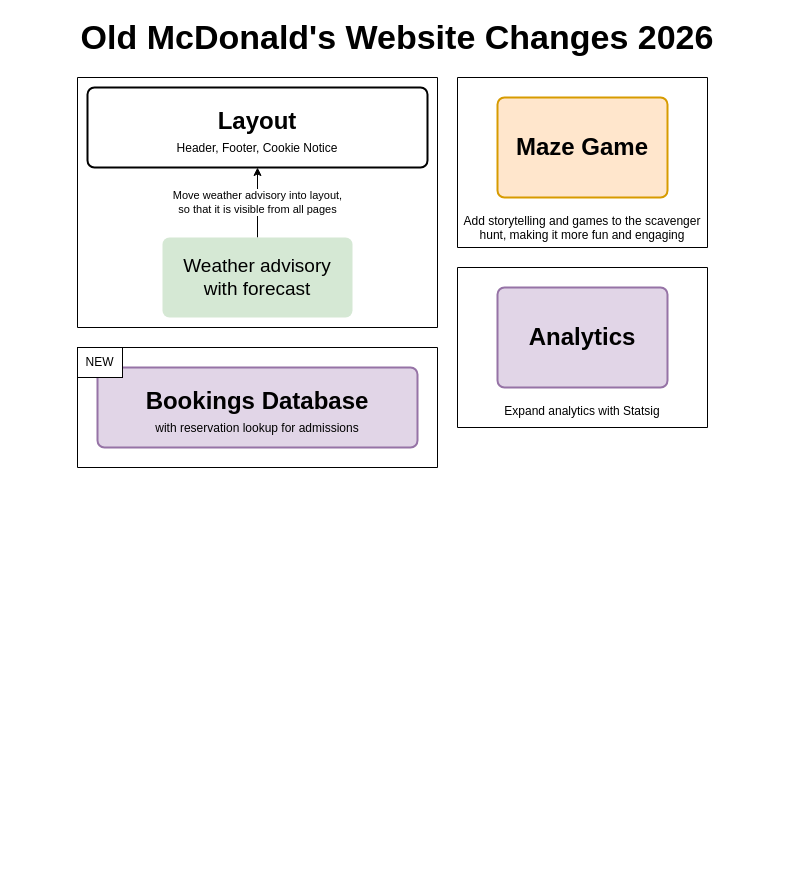
macglencoe/diagrams keeps this draw.io diagram as page "Page-2" (2 of 2) of OMPP-web-features.drawio. Above is the earlier version. Source tidied: cells renumbered, new cells numbered last; positions are measured from the earlier drawing's top-left corner, leaving out a move shared by most shapes. Both pictures are drawn from the tidied source at 100%, with x=0, y=0 at pixel (17, 17).
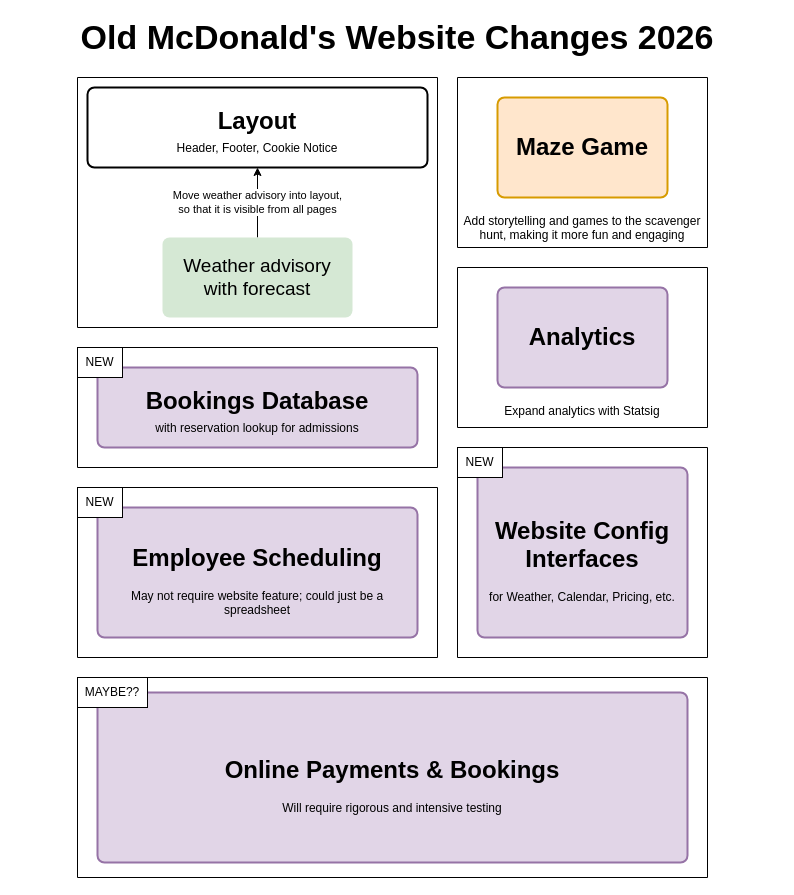
The same diagram, later.

Diff of the diagram source:
```diff
@@
+    <mxCell id="16" style="swimlane;startSize=0;" parent="1" vertex="1">
+      <mxGeometry x="440" y="430" width="250" height="210" as="geometry" />
+    </mxCell>
+    <mxCell id="17" value="&lt;h1&gt;Website Config Interfaces&lt;/h1&gt;&lt;div&gt;for Weather, Calendar, Pricing, etc.&lt;/div&gt;" style="rounded=1;whiteSpace=wrap;html=1;absoluteArcSize=1;arcSize=14;strokeWidth=2;fillColor=#e1d5e7;strokeColor=#9673a6;" parent="16" vertex="1">
+      <mxGeometry x="20" y="20" width="210" height="170" as="geometry" />
+    </mxCell>
+    <mxCell id="18" value="NEW" style="rounded=0;whiteSpace=wrap;html=1;" parent="16" vertex="1">
+      <mxGeometry width="45" height="30" as="geometry" />
+    </mxCell>
+    <mxCell id="19" style="swimlane;startSize=0;" parent="1" vertex="1">
+      <mxGeometry x="60" y="470" width="360" height="170" as="geometry" />
+    </mxCell>
+    <mxCell id="20" value="&lt;h1&gt;Employee Scheduling&lt;/h1&gt;&lt;div&gt;May not require website feature; could just be a spreadsheet&lt;/div&gt;" style="rounded=1;whiteSpace=wrap;html=1;absoluteArcSize=1;arcSize=14;strokeWidth=2;fillColor=#e1d5e7;strokeColor=#9673a6;" parent="19" vertex="1">
+      <mxGeometry x="20" y="20" width="320" height="130" as="geometry" />
+    </mxCell>
+    <mxCell id="21" value="NEW" style="rounded=0;whiteSpace=wrap;html=1;" parent="19" vertex="1">
+      <mxGeometry width="45" height="30" as="geometry" />
+    </mxCell>
+    <mxCell id="22" style="swimlane;startSize=0;" parent="1" vertex="1">
+      <mxGeometry x="60" y="660" width="630" height="200" as="geometry" />
+    </mxCell>
+    <mxCell id="23" value="&lt;h1&gt;Online Payments &amp;amp; Bookings&lt;/h1&gt;&lt;div&gt;Will require rigorous and intensive testing&lt;/div&gt;" style="rounded=1;whiteSpace=wrap;html=1;absoluteArcSize=1;arcSize=14;strokeWidth=2;fillColor=#e1d5e7;strokeColor=#9673a6;" parent="22" vertex="1">
+      <mxGeometry x="20" y="15" width="590" height="170" as="geometry" />
+    </mxCell>
+    <mxCell id="24" value="MAYBE??" style="rounded=0;whiteSpace=wrap;html=1;" parent="22" vertex="1">
+      <mxGeometry width="70" height="30" as="geometry" />
+    </mxCell>
```
